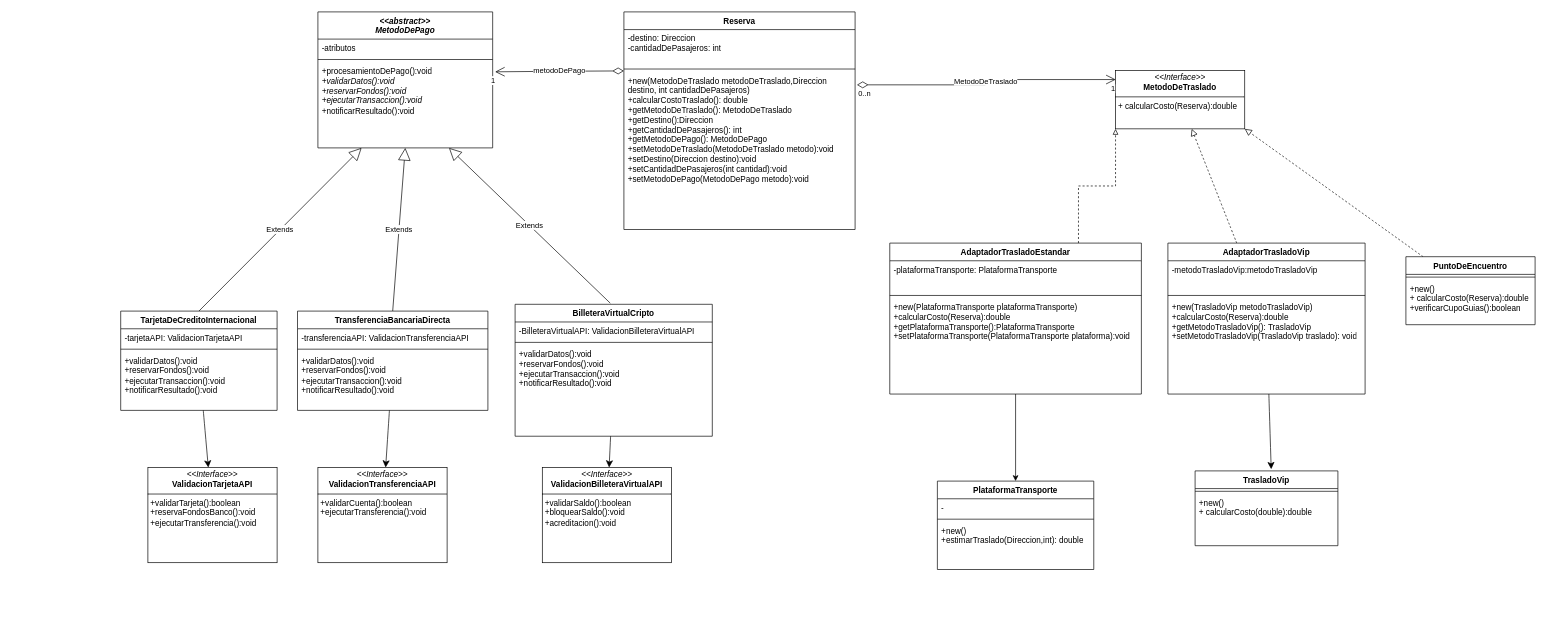
The draw.io diagram trabajoIntegradorUML.drawio in camilaines-prog/unqui-po2-mela, before the edit. Source tidied: cells renumbered, new cells numbered last; positions are measured from the earlier drawing's top-left corner, leaving out a move shared by most shapes. Both pictures are drawn from the tidied source at 68%, with x=0, y=0 at pixel (120, 12).
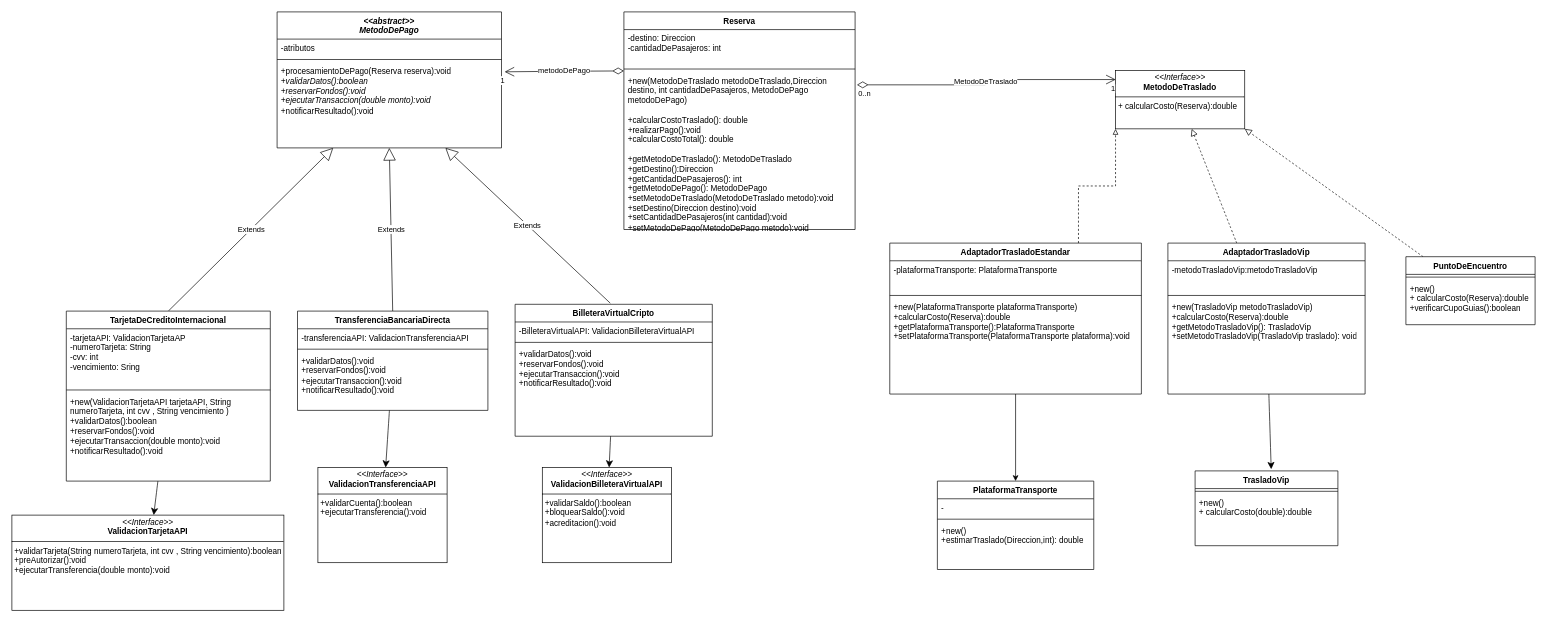
The same page after the edit.

The change refers to these unchanged cells:
```xml
<mxCell id="34" value="Reserva" style="swimlane;fontStyle=1;align=center;verticalAlign=top;horizontal=1;startSize=26;whiteSpace=wrap;html=1;" parent="1" vertex="1">
  <mxGeometry x="740" width="340" height="320" as="geometry" />
</mxCell>
```

What changed in the source:
```diff
@@
     <mxCell id="2" value="&lt;div&gt;&lt;i&gt;&amp;lt;&amp;lt;abstract&amp;gt;&amp;gt;&lt;/i&gt;&lt;/div&gt;&lt;i&gt;MetodoDePago&lt;/i&gt;" style="swimlane;fontStyle=1;align=center;verticalAlign=top;horizontal=1;startSize=40;whiteSpace=wrap;html=1;" parent="1" vertex="1">
-      <mxGeometry x="290" width="257" height="200" as="geometry" />
+      <mxGeometry x="230" width="330" height="200" as="geometry" />
     </mxCell>
     <mxCell id="3" value="-atributos" style="text;strokeColor=none;fillColor=none;align=left;verticalAlign=top;spacingLeft=4;spacingRight=4;overflow=hidden;whiteSpace=wrap;html=1;" parent="2" vertex="1">
-      <mxGeometry y="40" width="257" height="26" as="geometry" />
+      <mxGeometry y="40" width="330" height="26" as="geometry" />
     </mxCell>
     <mxCell id="4" style="line;strokeWidth=1;fillColor=none;align=left;verticalAlign=middle;spacingTop=-1;spacingLeft=3;spacingRight=3;labelPosition=right;strokeColor=inherit;" parent="2" vertex="1">
-      <mxGeometry y="66" width="257" height="8" as="geometry" />
+      <mxGeometry y="66" width="330" height="8" as="geometry" />
     </mxCell>
-    <mxCell id="5" value="+procesamientoDePago():void&lt;div&gt;&lt;i&gt;+validarDatos():void&lt;/i&gt;&lt;/div&gt;&lt;div&gt;&lt;i&gt;+reservarFondos():void&lt;/i&gt;&lt;/div&gt;&lt;div&gt;&lt;i&gt;+ejecutarTransaccion():void&lt;/i&gt;&lt;/div&gt;&lt;div&gt;+notificarResultado():void&lt;/div&gt;" style="text;strokeColor=none;fillColor=none;align=left;verticalAlign=top;spacingLeft=4;spacingRight=4;overflow=hidden;points=[[0,0.5],[1,0.5]];portConstraint=eastwest;whiteSpace=wrap;html=1;" parent="2" vertex="1">
-      <mxGeometry y="74" width="257" height="126" as="geometry" />
+    <mxCell id="5" value="+procesamientoDePago(Reserva reserva):void&lt;div&gt;&lt;i&gt;+validarDatos():boolean&lt;/i&gt;&lt;/div&gt;&lt;div&gt;&lt;i&gt;+reservarFondos():void&lt;/i&gt;&lt;/div&gt;&lt;div&gt;&lt;i&gt;+ejecutarTransaccion(double monto):void&lt;/i&gt;&lt;/div&gt;&lt;div&gt;+notificarResultado():void&lt;/div&gt;" style="text;strokeColor=none;fillColor=none;align=left;verticalAlign=top;spacingLeft=4;spacingRight=4;overflow=hidden;points=[[0,0.5],[1,0.5]];portConstraint=eastwest;whiteSpace=wrap;html=1;" parent="2" vertex="1">
+      <mxGeometry y="74" width="330" height="126" as="geometry" />
     </mxCell>
@@
-    <mxCell id="8" value="&lt;p style=&quot;margin:0px;margin-top:4px;text-align:center;&quot;&gt;&lt;i&gt;&amp;lt;&amp;lt;Interface&amp;gt;&amp;gt;&lt;/i&gt;&lt;br&gt;&lt;b&gt;ValidacionTarjetaAPI&lt;/b&gt;&lt;/p&gt;&lt;hr size=&quot;1&quot; style=&quot;border-style:solid;&quot;&gt;&lt;p style=&quot;margin:0px;margin-left:4px;&quot;&gt;+validarTarjeta():boolean&lt;/p&gt;&lt;p style=&quot;margin:0px;margin-left:4px;&quot;&gt;+reservaFondosBanco():void&lt;/p&gt;&lt;p style=&quot;margin:0px;margin-left:4px;&quot;&gt;+ejecutarTransferencia():void&lt;/p&gt;" style="verticalAlign=top;align=left;overflow=fill;html=1;whiteSpace=wrap;" parent="1" vertex="1">
-      <mxGeometry x="40" y="670" width="190" height="140" as="geometry" />
+    <mxCell id="8" value="&lt;p style=&quot;margin:0px;margin-top:4px;text-align:center;&quot;&gt;&lt;i&gt;&amp;lt;&amp;lt;Interface&amp;gt;&amp;gt;&lt;/i&gt;&lt;br&gt;&lt;b&gt;ValidacionTarjetaAPI&lt;/b&gt;&lt;/p&gt;&lt;hr size=&quot;1&quot; style=&quot;border-style:solid;&quot;&gt;&lt;p style=&quot;margin:0px;margin-left:4px;&quot;&gt;+validarTarjeta(String numeroTarjeta, int cvv , String vencimiento):boolean&lt;/p&gt;&lt;p style=&quot;margin:0px;margin-left:4px;&quot;&gt;+preAutorizar():void&lt;/p&gt;&lt;p style=&quot;margin:0px;margin-left:4px;&quot;&gt;+ejecutarTransferencia(double monto):void&lt;/p&gt;" style="verticalAlign=top;align=left;overflow=fill;html=1;whiteSpace=wrap;" parent="1" vertex="1">
+      <mxGeometry x="-160" y="740" width="400" height="140" as="geometry" />
     </mxCell>
@@
     <mxCell id="23" value="TarjetaDeCreditoInternacional" style="swimlane;fontStyle=1;align=center;verticalAlign=top;horizontal=1;startSize=26;whiteSpace=wrap;html=1;" parent="1" vertex="1">
-      <mxGeometry y="440" width="230" height="146" as="geometry" />
+      <mxGeometry x="-80" y="440" width="300" height="250" as="geometry" />
     </mxCell>
-    <mxCell id="24" value="-tarjetaAPI: ValidacionTarjetaAPI" style="text;strokeColor=none;fillColor=none;align=left;verticalAlign=top;spacingLeft=4;spacingRight=4;overflow=hidden;whiteSpace=wrap;html=1;" parent="23" vertex="1">
-      <mxGeometry y="26" width="230" height="26" as="geometry" />
+    <mxCell id="24" value="-tarjetaAPI: ValidacionTarjetaAP&lt;div&gt;-numeroTarjeta: String&lt;/div&gt;&lt;div&gt;-cvv: int&lt;/div&gt;&lt;div&gt;-vencimiento: Sring&lt;/div&gt;" style="text;strokeColor=none;fillColor=none;align=left;verticalAlign=top;spacingLeft=4;spacingRight=4;overflow=hidden;whiteSpace=wrap;html=1;" parent="23" vertex="1">
+      <mxGeometry y="26" width="300" height="86" as="geometry" />
     </mxCell>
     <mxCell id="25" style="line;strokeWidth=1;fillColor=none;align=left;verticalAlign=middle;spacingTop=-1;spacingLeft=3;spacingRight=3;labelPosition=right;strokeColor=inherit;labelPerimeter=1;" parent="23" vertex="1">
-      <mxGeometry y="52" width="230" height="8" as="geometry" />
+      <mxGeometry y="112" width="300" height="8" as="geometry" />
     </mxCell>
-    <mxCell id="26" value="&lt;div&gt;+validarDatos():void&lt;/div&gt;&lt;div&gt;+reservarFondos():void&lt;/div&gt;&lt;div&gt;+ejecutarTransaccion():void&lt;/div&gt;&lt;div&gt;+notificarResultado():void&lt;/div&gt;" style="text;strokeColor=none;fillColor=none;align=left;verticalAlign=top;spacingLeft=4;spacingRight=4;overflow=hidden;whiteSpace=wrap;html=1;" parent="23" vertex="1">
-      <mxGeometry y="60" width="230" height="86" as="geometry" />
+    <mxCell id="26" value="&lt;div&gt;+new(ValidacionTarjetaAPI tarjetaAPI, String numeroTarjeta, int cvv , String vencimiento )&lt;/div&gt;&lt;div&gt;+validarDatos():boolean&lt;/div&gt;&lt;div&gt;+reservarFondos():void&lt;/div&gt;&lt;div&gt;+ejecutarTransaccion(double monto):void&lt;/div&gt;&lt;div&gt;+notificarResultado():void&lt;/div&gt;" style="text;strokeColor=none;fillColor=none;align=left;verticalAlign=top;spacingLeft=4;spacingRight=4;overflow=hidden;whiteSpace=wrap;html=1;" parent="23" vertex="1">
+      <mxGeometry y="120" width="300" height="130" as="geometry" />
     </mxCell>
@@
-    <mxCell id="37" value="&lt;div&gt;+new(MetodoDeTraslado metodoDeTraslado,Direccion destino, int cantidadDePasajeros)&lt;/div&gt;&lt;font face=&quot;Helvetica&quot;&gt;+calcularCostoTraslado(): double&lt;/font&gt;&lt;div&gt;&lt;font face=&quot;Helvetica&quot;&gt;+getMetodoDeTraslado(): MetodoDeTraslado&lt;/font&gt;&lt;/div&gt;&lt;div&gt;&lt;font face=&quot;Helvetica&quot;&gt;+getDestino():Direccion&lt;/font&gt;&lt;/div&gt;&lt;div&gt;&lt;font face=&quot;Helvetica&quot;&gt;+getCantidadDePasajeros(): int&lt;/font&gt;&lt;/div&gt;&lt;div&gt;&lt;font face=&quot;Helvetica&quot;&gt;+getMetodoDePago(): MetodoDePago&lt;/font&gt;&lt;/div&gt;&lt;div&gt;&lt;font face=&quot;Helvetica&quot;&gt;+setMetodoDeTraslado(MetodoDeTraslado metodo):void&lt;/font&gt;&lt;/div&gt;&lt;div&gt;&lt;font face=&quot;Helvetica&quot;&gt;+setDestino(Direccion destino):void&lt;/font&gt;&lt;/div&gt;&lt;div&gt;&lt;font face=&quot;Helvetica&quot;&gt;+setCantidadDePasajeros(int cantidad):void&lt;/font&gt;&lt;/div&gt;&lt;div&gt;&lt;font face=&quot;Helvetica&quot;&gt;+setMetodoDePago(MetodoDePago metodo):void&lt;/font&gt;&lt;/div&gt;&lt;div&gt;&lt;font face=&quot;Helvetica&quot;&gt;&lt;br&gt;&lt;/font&gt;&lt;/div&gt;" style="text;strokeColor=none;fillColor=none;align=left;verticalAlign=top;spacingLeft=4;spacingRight=4;overflow=hidden;points=[[0,0.5],[1,0.5]];portConstraint=eastwest;whiteSpace=wrap;html=1;" parent="34" vertex="1">
+    <mxCell id="37" value="&lt;div&gt;+new(MetodoDeTraslado metodoDeTraslado,Direccion destino, int cantidadDePasajeros, MetodoDePago metodoDePago)&lt;/div&gt;&lt;div&gt;&lt;br&gt;&lt;/div&gt;&lt;font face=&quot;Helvetica&quot;&gt;+calcularCostoTraslado(): double&lt;/font&gt;&lt;div&gt;+realizarPago():void&lt;/div&gt;&lt;div&gt;+calcularCostoTotal(): double&lt;/div&gt;&lt;div&gt;&lt;br&gt;&lt;div&gt;&lt;font face=&quot;Helvetica&quot;&gt;+getMetodoDeTraslado(): MetodoDeTraslado&lt;/font&gt;&lt;/div&gt;&lt;div&gt;&lt;font face=&quot;Helvetica&quot;&gt;+getDestino():Direccion&lt;/font&gt;&lt;/div&gt;&lt;div&gt;&lt;font face=&quot;Helvetica&quot;&gt;+getCantidadDePasajeros(): int&lt;/font&gt;&lt;/div&gt;&lt;div&gt;&lt;font face=&quot;Helvetica&quot;&gt;+getMetodoDePago(): MetodoDePago&lt;/font&gt;&lt;/div&gt;&lt;div&gt;&lt;font face=&quot;Helvetica&quot;&gt;+setMetodoDeTraslado(MetodoDeTraslado metodo):void&lt;/font&gt;&lt;/div&gt;&lt;div&gt;&lt;font face=&quot;Helvetica&quot;&gt;+setDestino(Direccion destino):void&lt;/font&gt;&lt;/div&gt;&lt;div&gt;&lt;font face=&quot;Helvetica&quot;&gt;+setCantidadDePasajeros(int cantidad):void&lt;/font&gt;&lt;/div&gt;&lt;div&gt;&lt;font face=&quot;Helvetica&quot;&gt;+setMetodoDePago(MetodoDePago metodo):void&lt;/font&gt;&lt;/div&gt;&lt;div&gt;&lt;font face=&quot;Helvetica&quot;&gt;&lt;br&gt;&lt;/font&gt;&lt;/div&gt;&lt;/div&gt;" style="text;strokeColor=none;fillColor=none;align=left;verticalAlign=top;spacingLeft=4;spacingRight=4;overflow=hidden;points=[[0,0.5],[1,0.5]];portConstraint=eastwest;whiteSpace=wrap;html=1;" parent="34" vertex="1">
       <mxGeometry y="88" width="340" height="232" as="geometry" />
     </mxCell>
```
